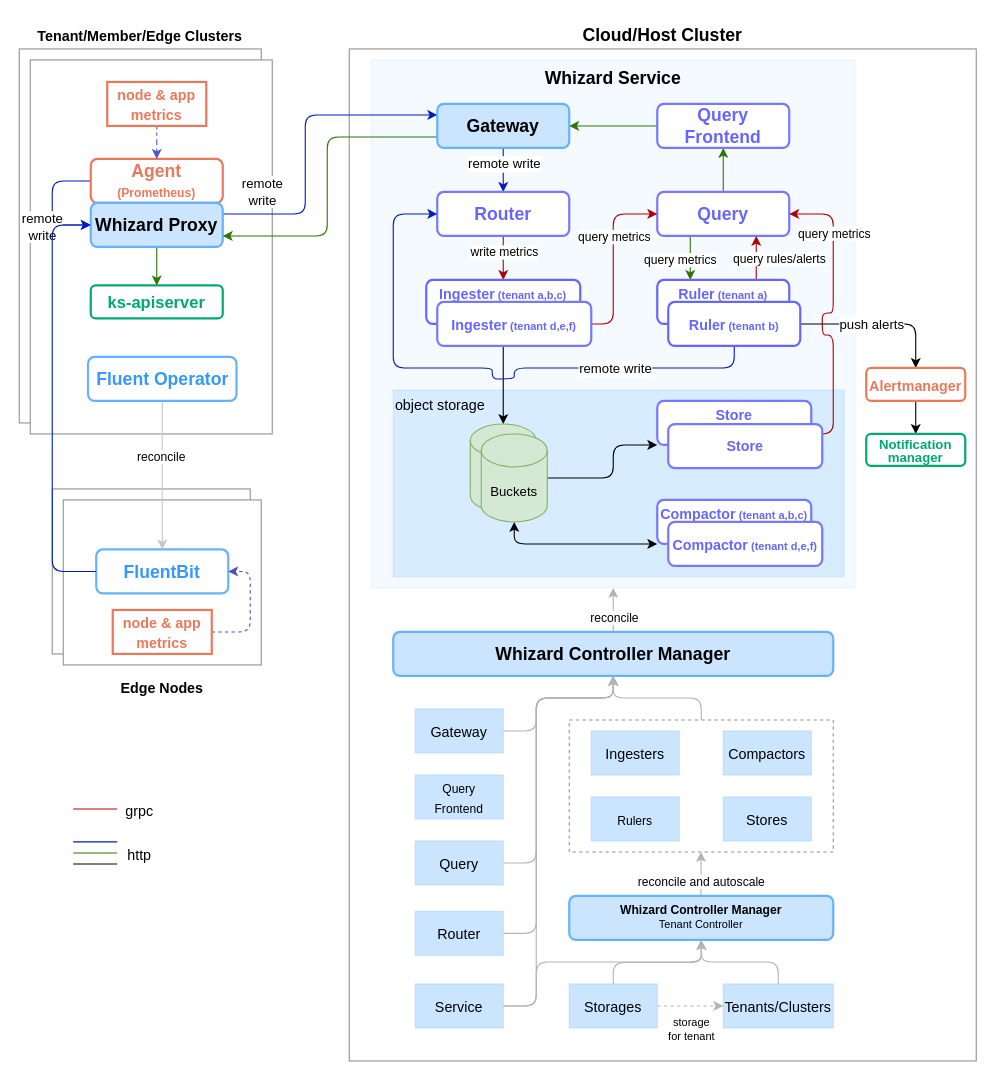
Before: docs/images/whizard.drawio in WizTelemetry/whizard, a draw.io diagram. Source tidied: cells renumbered, new cells numbered last; positions are measured from the earlier drawing's top-left corner, leaving out a move shared by most shapes. Both pictures are drawn from the tidied source at 110%, with x=0, y=0 at pixel (19, 48).
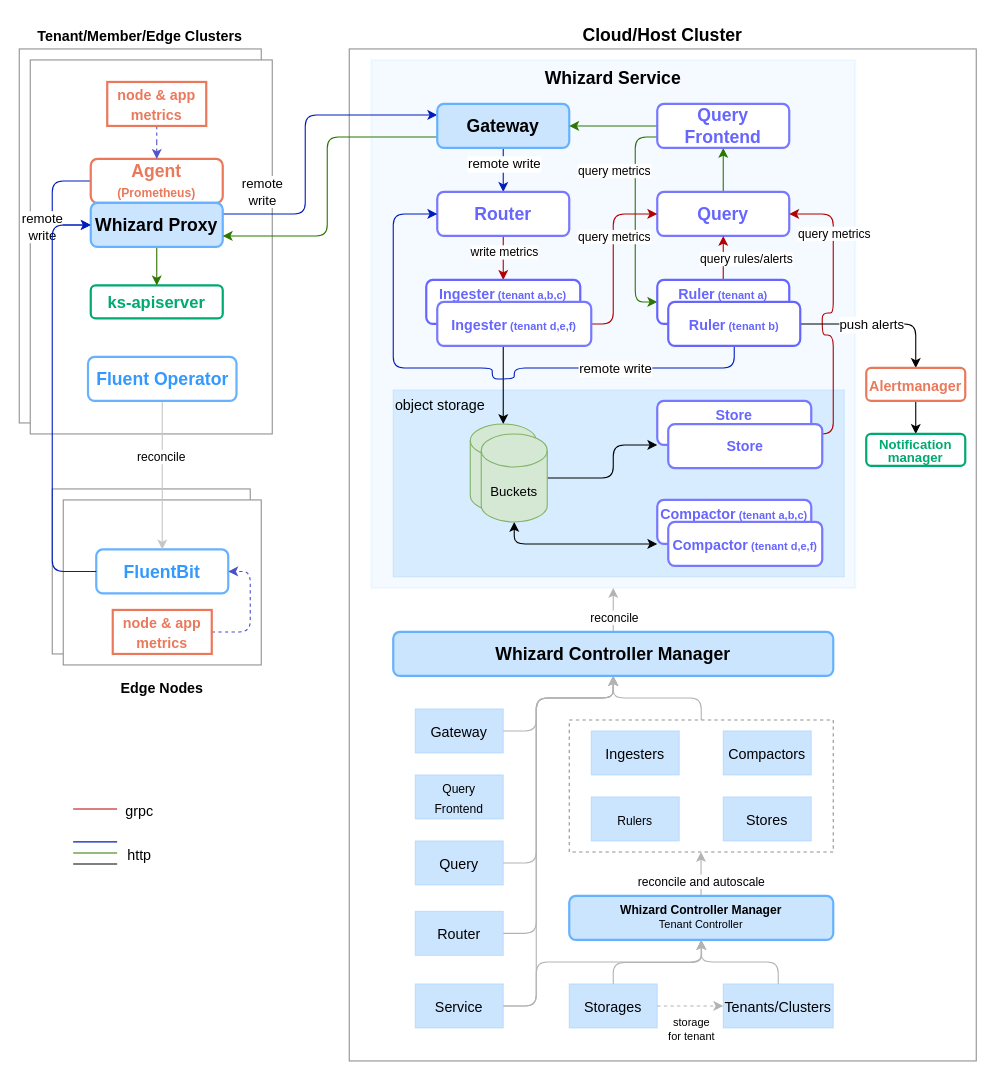
The same page after the edit.

Unchanged cells that the change refers to:
```xml
<mxCell id="29" value="&lt;span style=&quot;font-size: 16px&quot;&gt;&lt;b&gt;Query&lt;/b&gt;&lt;/span&gt;" style="rounded=1;whiteSpace=wrap;html=1;fontSize=15;strokeWidth=2;fillColor=default;gradientColor=none;gradientDirection=east;strokeColor=#7777FF;fontColor=#6666FF;" parent="1" vertex="1">
  <mxGeometry x="580" y="130" width="120" height="40" as="geometry" />
</mxCell>
<mxCell id="31" value="&lt;span style=&quot;font-size: 16px&quot;&gt;&lt;b&gt;Query&lt;br&gt;Frontend&lt;/b&gt;&lt;/span&gt;" style="rounded=1;whiteSpace=wrap;html=1;fontSize=15;strokeWidth=2;fillColor=default;gradientColor=none;gradientDirection=east;strokeColor=#7777FF;fontColor=#6666FF;" parent="1" vertex="1">
  <mxGeometry x="580" y="50" width="120" height="40" as="geometry" />
</mxCell>
<mxCell id="46" value="&lt;b style=&quot;line-height: 1&quot;&gt;&lt;font style=&quot;font-size: 13px&quot;&gt;Ruler&lt;/font&gt;&lt;/b&gt;&lt;b style=&quot;font-size: 10px ; line-height: 1&quot;&gt; (tenant a)&lt;/b&gt;" style="rounded=1;whiteSpace=wrap;html=1;fontSize=10;strokeWidth=2;fillColor=default;gradientColor=none;gradientDirection=east;strokeColor=#6666FF;verticalAlign=top;labelPosition=center;verticalLabelPosition=middle;align=center;fontColor=#6666FF;" parent="1" vertex="1">
  <mxGeometry x="580" y="210" width="120" height="40" as="geometry" />
</mxCell>
```

Diff of the diagram source:
```diff
@@
-    <mxCell id="27" style="edgeStyle=orthogonalEdgeStyle;html=1;entryX=0.25;entryY=0;entryDx=0;entryDy=0;startArrow=none;startFill=0;strokeColor=#2D7600;elbow=vertical;exitX=0.25;exitY=1;exitDx=0;exitDy=0;" parent="1" edge="1" source="29" target="46">
-      <mxGeometry relative="1" as="geometry" />
+    <mxCell id="27" style="edgeStyle=orthogonalEdgeStyle;html=1;entryX=0;entryY=0.5;entryDx=0;entryDy=0;startArrow=none;startFill=0;strokeColor=#2D7600;elbow=vertical;exitX=0;exitY=0.75;exitDx=0;exitDy=0;" parent="1" edge="1" source="31" target="46">
+      <mxGeometry relative="1" as="geometry">
+        <Array as="points">
+          <mxPoint x="560" y="80" />
+          <mxPoint x="560" y="230" />
+        </Array>
+      </mxGeometry>
     </mxCell>
     <mxCell id="28" value="query metrics" style="edgeLabel;html=1;align=center;verticalAlign=middle;fontSize=11;" parent="27" vertex="1">
       <mxGeometry x="-0.37" relative="1" as="geometry">
-        <mxPoint x="-10" y="8" as="offset" />
+        <mxPoint x="-20" y="-10" as="offset" />
       </mxGeometry>
     </mxCell>
@@
-    <mxCell id="44" style="edgeStyle=orthogonalEdgeStyle;html=1;entryX=0.75;entryY=1;entryDx=0;entryDy=0;startArrow=none;startFill=0;strokeColor=#B20000;elbow=vertical;exitX=0.75;exitY=0;exitDx=0;exitDy=0;" parent="1" edge="1" source="46" target="29">
+    <mxCell id="44" style="edgeStyle=orthogonalEdgeStyle;html=1;entryX=0.5;entryY=1;entryDx=0;entryDy=0;startArrow=none;startFill=0;strokeColor=#B20000;elbow=vertical;exitX=0.5;exitY=0;exitDx=0;exitDy=0;" parent="1" edge="1" source="46" target="29">
       <mxGeometry relative="1" as="geometry" />
     </mxCell>
```
